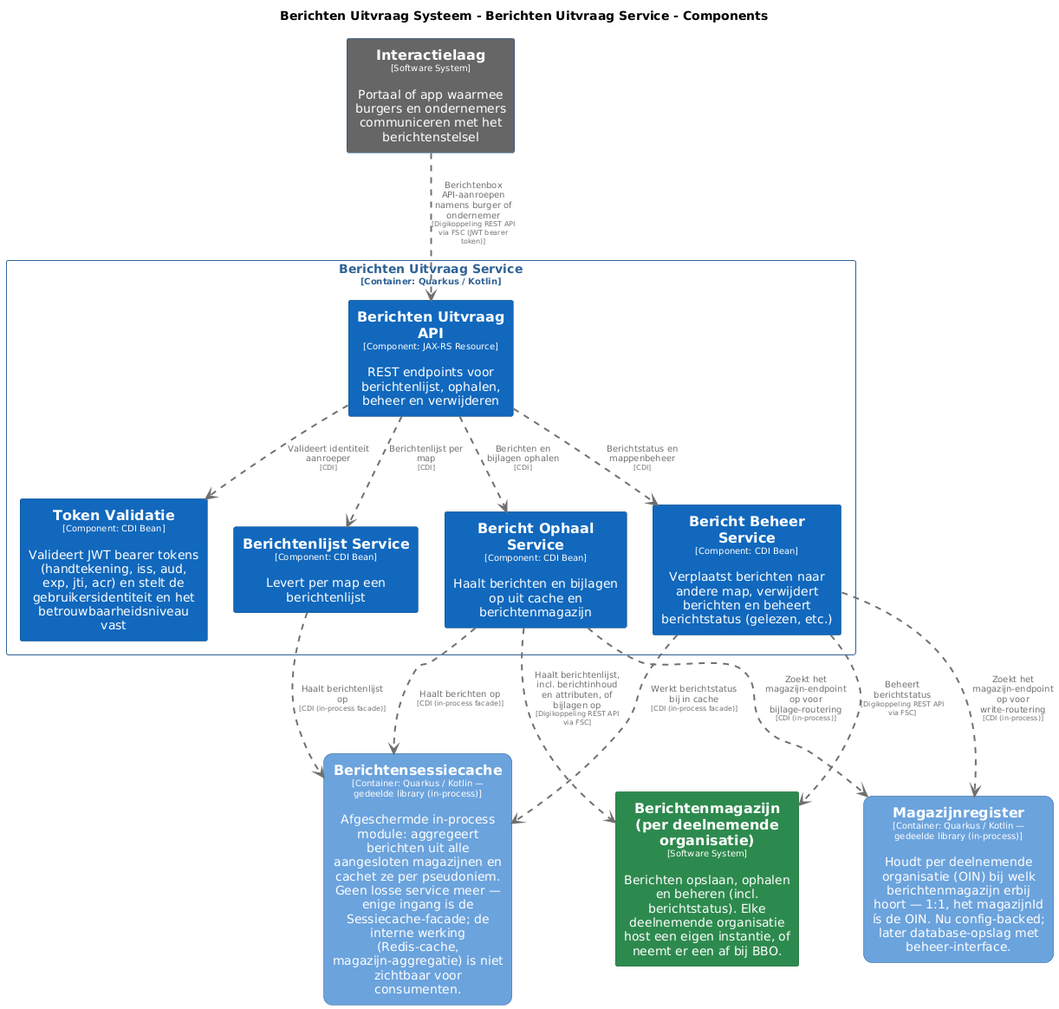
Before: master/png/BerichtenUitvraagServiceComponenten.png, a diagram exported from PlantUML (MinBZK/moza-poc-fbs-berichtenbox).
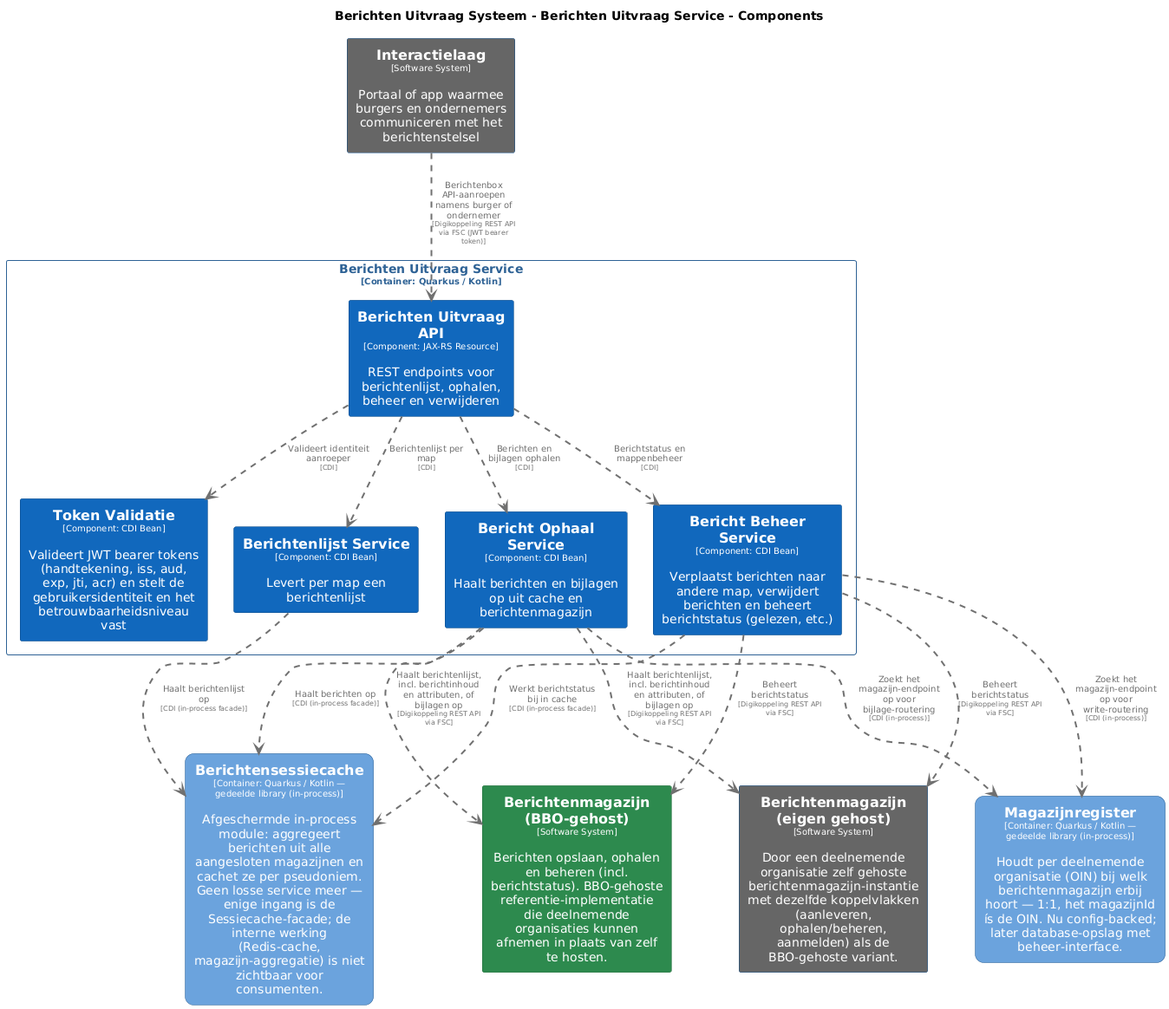
Later version of the same file.

Change to the diagram source:
```diff
@@ -39,10 +39,16 @@
   BorderColor #0b4884
   shadowing false
 }
-skinparam rectangle<<Berichtenmagazijnperdeelnemendeorganisatie>> {
+skinparam rectangle<<BerichtenmagazijnBBOgehost>> {
   BackgroundColor #2d8a4e
   FontColor #ffffff
   BorderColor #1e6b38
+  shadowing false
+}
+skinparam rectangle<<Berichtenmagazijneigengehost>> {
+  BackgroundColor #666666
+  FontColor #ffffff
+  BorderColor #0b4884
   shadowing false
 }
 skinparam rectangle<<BerichtenUitvraagSysteem.Berichtensessiecache>> {
@@ -78,7 +84,8 @@
 }
 
 rectangle "==Interactielaag\n<size:10>[Software System]</size>\n\nPortaal of app waarmee burgers en ondernemers communiceren met het berichtenstelsel" <<Interactielaag>> as Interactielaag
-rectangle "==Berichtenmagazijn (per deelnemende organisatie)\n<size:10>[Software System]</size>\n\nBerichten opslaan, ophalen en beheren (incl. berichtstatus). Elke deelnemende organisatie host een eigen instantie, of neemt er een af bij BBO." <<Berichtenmagazijnperdeelnemendeorganisatie>> as Berichtenmagazijnperdeelnemendeorganisatie
+rectangle "==Berichtenmagazijn (eigen gehost)\n<size:10>[Software System]</size>\n\nDoor een deelnemende organisatie zelf gehoste berichtenmagazijn-instantie met dezelfde koppelvlakken (aanleveren, ophalen/beheren, aanmelden) als de BBO-gehoste variant." <<Berichtenmagazijneigengehost>> as Berichtenmagazijneigengehost
+rectangle "==Berichtenmagazijn (BBO-gehost)\n<size:10>[Software System]</size>\n\nBerichten opslaan, ophalen en beheren (incl. berichtstatus). BBO-gehoste referentie-implementatie die deelnemende organisaties kunnen afnemen in plaats van zelf te hosten." <<BerichtenmagazijnBBOgehost>> as BerichtenmagazijnBBOgehost
 rectangle "==Berichtensessiecache\n<size:10>[Container: Quarkus / Kotlin — gedeelde library (in-process)]</size>\n\nAfgeschermde in-process module: aggregeert berichten uit alle aangesloten magazijnen en cachet ze per pseudoniem. Geen losse service meer — enige ingang is de Sessiecache-facade; de interne werking (Redis-cache, magazijn-aggregatie) is niet zichtbaar voor consumenten." <<BerichtenUitvraagSysteem.Berichtensessiecache>> as BerichtenUitvraagSysteem.Berichtensessiecache
 rectangle "==Magazijnregister\n<size:10>[Container: Quarkus / Kotlin — gedeelde library (in-process)]</size>\n\nHoudt per deelnemende organisatie (OIN) bij welk berichtenmagazijn erbij hoort — 1:1, het magazijnId ís de OIN. Nu config-backed; later database-opslag met beheer-interface." <<BerichtenUitvraagSysteem.Magazijnregister>> as BerichtenUitvraagSysteem.Magazijnregister
 
@@ -90,7 +97,9 @@
   rectangle "==Bericht Beheer Service\n<size:10>[Component: CDI Bean]</size>\n\nVerplaatst berichten naar andere map, verwijdert berichten en beheert berichtstatus (gelezen, etc.)" <<BerichtenUitvraagSysteem.BerichtenUitvraagService.BerichtBeheerService>> as BerichtenUitvraagSysteem.BerichtenUitvraagService.BerichtBeheerService
 }
 
-BerichtenUitvraagSysteem.BerichtenUitvraagService.BerichtBeheerService .[#707070,thickness=2].> Berichtenmagazijnperdeelnemendeorganisatie : "<color:#707070>Beheert berichtstatus\n<color:#707070><size:8>[Digikoppeling REST API via FSC]</size>"
+BerichtenUitvraagSysteem.BerichtenUitvraagService.BerichtBeheerService .[#707070,thickness=2].> BerichtenmagazijnBBOgehost : "<color:#707070>Beheert berichtstatus\n<color:#707070><size:8>[Digikoppeling REST API via FSC]</size>"
+BerichtenUitvraagSysteem.BerichtenUitvraagService.BerichtOphaalService .[#707070,thickness=2].> Berichtenmagazijneigengehost : "<color:#707070>Haalt berichtenlijst, incl. berichtinhoud en attributen, of bijlagen op\n<color:#707070><size:8>[Digikoppeling REST API via FSC]</size>"
+BerichtenUitvraagSysteem.BerichtenUitvraagService.BerichtBeheerService .[#707070,thickness=2].> Berichtenmagazijneigengehost : "<color:#707070>Beheert berichtstatus\n<color:#707070><size:8>[Digikoppeling REST API via FSC]</size>"
 BerichtenUitvraagSysteem.BerichtenUitvraagService.BerichtenUitvraagAPI .[#707070,thickness=2].> BerichtenUitvraagSysteem.BerichtenUitvraagService.TokenValidatie : "<color:#707070>Valideert identiteit aanroeper\n<color:#707070><size:8>[CDI]</size>"
 BerichtenUitvraagSysteem.BerichtenUitvraagService.BerichtenUitvraagAPI .[#707070,thickness=2].> BerichtenUitvraagSysteem.BerichtenUitvraagService.BerichtenlijstService : "<color:#707070>Berichtenlijst per map\n<color:#707070><size:8>[CDI]</size>"
 BerichtenUitvraagSysteem.BerichtenUitvraagService.BerichtenUitvraagAPI .[#707070,thickness=2].> BerichtenUitvraagSysteem.BerichtenUitvraagService.BerichtOphaalService : "<color:#707070>Berichten en bijlagen ophalen\n<color:#707070><size:8>[CDI]</size>"
@@ -101,5 +110,5 @@
 BerichtenUitvraagSysteem.BerichtenUitvraagService.BerichtOphaalService .[#707070,thickness=2].> BerichtenUitvraagSysteem.Magazijnregister : "<color:#707070>Zoekt het magazijn-endpoint op voor bijlage-routering\n<color:#707070><size:8>[CDI (in-process)]</size>"
 BerichtenUitvraagSysteem.BerichtenUitvraagService.BerichtBeheerService .[#707070,thickness=2].> BerichtenUitvraagSysteem.Magazijnregister : "<color:#707070>Zoekt het magazijn-endpoint op voor write-routering\n<color:#707070><size:8>[CDI (in-process)]</size>"
 Interactielaag .[#707070,thickness=2].> BerichtenUitvraagSysteem.BerichtenUitvraagService.BerichtenUitvraagAPI : "<color:#707070>Berichtenbox API-aanroepen namens burger of ondernemer\n<color:#707070><size:8>[Digikoppeling REST API via FSC (JWT bearer token)]</size>"
-BerichtenUitvraagSysteem.BerichtenUitvraagService.BerichtOphaalService .[#707070,thickness=2].> Berichtenmagazijnperdeelnemendeorganisatie : "<color:#707070>Haalt berichtenlijst, incl. berichtinhoud en attributen, of bijlagen op\n<color:#707070><size:8>[Digikoppeling REST API via FSC]</size>"
+BerichtenUitvraagSysteem.BerichtenUitvraagService.BerichtOphaalService .[#707070,thickness=2].> BerichtenmagazijnBBOgehost : "<color:#707070>Haalt berichtenlijst, incl. berichtinhoud en attributen, of bijlagen op\n<color:#707070><size:8>[Digikoppeling REST API via FSC]</size>"
 @enduml
```
